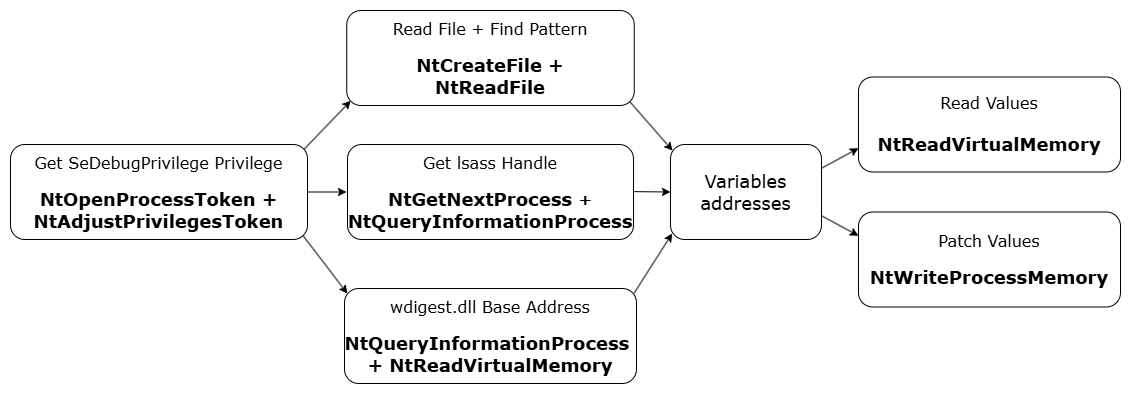
Earlier version of the draw.io export images/nativebypasscredguard/esquema.png (ricardojoserf/ricardojoserf.github.io). Source tidied: cells renumbered, new cells last; positions are measured from the earlier drawing's top-left corner, leaving out a move shared by most shapes. The source it was exported from:
```xml
<mxGraphModel>
  <root>
    <mxCell id="0" />
    <mxCell id="1" parent="0" />
    <mxCell id="2" value="&lt;div&gt;&lt;font face=&quot;Verdana&quot; style=&quot;font-size: 16px;&quot;&gt;Get SeDebugPrivilege Privilege&lt;/font&gt;&lt;/div&gt;&lt;div&gt;&lt;font face=&quot;Verdana&quot; style=&quot;font-size: 14px;&quot;&gt;&lt;br&gt;&lt;/font&gt;&lt;/div&gt;&lt;div&gt;&lt;span style=&quot;background-color: initial;&quot;&gt;&lt;b style=&quot;&quot;&gt;&lt;font face=&quot;Verdana&quot; style=&quot;font-size: 18px;&quot;&gt;NtOpenProcessToken +&lt;/font&gt;&lt;/b&gt;&lt;/span&gt;&lt;/div&gt;&lt;div&gt;&lt;span style=&quot;background-color: initial;&quot;&gt;&lt;b style=&quot;&quot;&gt;&lt;font face=&quot;Verdana&quot; style=&quot;font-size: 18px;&quot;&gt;NtAdjustPrivilegesToken&lt;/font&gt;&lt;/b&gt;&lt;/span&gt;&lt;/div&gt;" style="rounded=1;whiteSpace=wrap;html=1;" parent="1" vertex="1">
      <mxGeometry y="134" width="297" height="95" as="geometry" />
    </mxCell>
    <mxCell id="3" value="&lt;div&gt;&lt;font face=&quot;Verdana&quot; style=&quot;font-size: 16px;&quot;&gt;Get lsass Handle&lt;/font&gt;&lt;/div&gt;&lt;div&gt;&lt;font face=&quot;Verdana&quot; style=&quot;font-size: 14px;&quot;&gt;&lt;br&gt;&lt;/font&gt;&lt;/div&gt;&lt;div&gt;&lt;span style=&quot;background-color: initial;&quot;&gt;&lt;font face=&quot;Verdana&quot; style=&quot;font-size: 18px;&quot;&gt;&lt;b style=&quot;&quot;&gt;NtGetNextProcess&amp;nbsp;&lt;/b&gt;&lt;/font&gt;&lt;/span&gt;&lt;b style=&quot;font-family: Verdana; background-color: initial;&quot;&gt;&lt;span style=&quot;font-size: 16px;&quot;&gt;+ &lt;/span&gt;&lt;font style=&quot;font-size: 18px;&quot;&gt;NtQueryInformationProcess&lt;/font&gt;&lt;/b&gt;&lt;/div&gt;" style="rounded=1;whiteSpace=wrap;html=1;" parent="1" vertex="1">
      <mxGeometry x="337" y="134" width="286" height="95" as="geometry" />
    </mxCell>
    <mxCell id="4" value="&lt;div&gt;&lt;font face=&quot;Verdana&quot; style=&quot;font-size: 16px;&quot;&gt;Read File + Find Pattern&lt;/font&gt;&lt;/div&gt;&lt;div&gt;&lt;font face=&quot;Verdana&quot; style=&quot;font-size: 14px;&quot;&gt;&lt;br&gt;&lt;/font&gt;&lt;/div&gt;&lt;div&gt;&lt;span style=&quot;background-color: initial;&quot;&gt;&lt;font face=&quot;Verdana&quot; style=&quot;font-size: 18px;&quot;&gt;&lt;b style=&quot;&quot;&gt;NtCreateFile +&lt;/b&gt;&lt;/font&gt;&lt;/span&gt;&lt;/div&gt;&lt;div&gt;&lt;b style=&quot;background-color: initial;&quot;&gt;&lt;font face=&quot;Verdana&quot; style=&quot;font-size: 18px;&quot;&gt;&lt;span style=&quot;background-color: initial;&quot;&gt;NtReadFile&lt;/span&gt;&lt;/font&gt;&lt;/b&gt;&lt;/div&gt;" style="rounded=1;whiteSpace=wrap;html=1;" parent="1" vertex="1">
      <mxGeometry x="336.2" width="287.5" height="95" as="geometry" />
    </mxCell>
    <mxCell id="5" value="&lt;div&gt;&lt;font face=&quot;Verdana&quot; style=&quot;font-size: 16px;&quot;&gt;wdigest.dll Base Address&lt;/font&gt;&lt;/div&gt;&lt;div&gt;&lt;font face=&quot;Verdana&quot; style=&quot;font-size: 14px;&quot;&gt;&lt;br&gt;&lt;/font&gt;&lt;/div&gt;&lt;div&gt;&lt;span style=&quot;background-color: initial;&quot;&gt;&lt;b style=&quot;&quot;&gt;&lt;font style=&quot;font-size: 18px;&quot; face=&quot;Verdana&quot;&gt;NtQueryInformationProcess&amp;nbsp;&lt;/font&gt;&lt;/b&gt;&lt;/span&gt;&lt;/div&gt;&lt;div&gt;&lt;span style=&quot;background-color: initial;&quot;&gt;&lt;font face=&quot;Verdana&quot; style=&quot;font-size: 18px;&quot;&gt;&lt;b style=&quot;&quot;&gt;+ NtReadVirtualMemory&lt;/b&gt;&lt;/font&gt;&lt;/span&gt;&lt;/div&gt;" style="rounded=1;whiteSpace=wrap;html=1;" parent="1" vertex="1">
      <mxGeometry x="334" y="278" width="292" height="95" as="geometry" />
    </mxCell>
    <mxCell id="6" value="&lt;div&gt;&lt;font face=&quot;Verdana&quot; style=&quot;font-size: 16px;&quot;&gt;Read Values&lt;/font&gt;&lt;/div&gt;&lt;div&gt;&lt;font face=&quot;Verdana&quot; style=&quot;font-size: 18px;&quot;&gt;&lt;br&gt;&lt;/font&gt;&lt;/div&gt;&lt;div&gt;&lt;span style=&quot;background-color: initial;&quot;&gt;&lt;font face=&quot;Verdana&quot; style=&quot;font-size: 18px;&quot;&gt;&lt;b style=&quot;&quot;&gt;NtReadVirtualMemory&lt;/b&gt;&lt;/font&gt;&lt;/span&gt;&lt;/div&gt;" style="rounded=1;whiteSpace=wrap;html=1;" parent="1" vertex="1">
      <mxGeometry x="848" y="66.5" width="262" height="95" as="geometry" />
    </mxCell>
    <mxCell id="7" value="&lt;div&gt;&lt;font face=&quot;Verdana&quot; style=&quot;font-size: 16px;&quot;&gt;Patch Values&lt;/font&gt;&lt;/div&gt;&lt;div&gt;&lt;font face=&quot;Verdana&quot; style=&quot;font-size: 14px;&quot;&gt;&lt;br&gt;&lt;/font&gt;&lt;/div&gt;&lt;div&gt;&lt;span style=&quot;background-color: initial;&quot;&gt;&lt;font face=&quot;Verdana&quot; style=&quot;font-size: 18px;&quot;&gt;&lt;b style=&quot;&quot;&gt;NtWriteProcessMemory&lt;/b&gt;&lt;/font&gt;&lt;/span&gt;&lt;/div&gt;" style="rounded=1;whiteSpace=wrap;html=1;" parent="1" vertex="1">
      <mxGeometry x="848" y="201.5" width="262" height="95" as="geometry" />
    </mxCell>
    <mxCell id="8" value="&lt;div&gt;&lt;font face=&quot;Verdana&quot; style=&quot;font-size: 18px;&quot;&gt;Variables&lt;/font&gt;&lt;/div&gt;&lt;div&gt;&lt;font face=&quot;Verdana&quot; style=&quot;font-size: 18px;&quot;&gt;addresses&lt;/font&gt;&lt;/div&gt;" style="rounded=1;whiteSpace=wrap;html=1;" parent="1" vertex="1">
      <mxGeometry x="660" y="134" width="151" height="95" as="geometry" />
    </mxCell>
    <mxCell id="9" style="endArrow=classic;html=1;rounded=0;exitX=1;exitY=0.5;exitDx=0;exitDy=0;entryX=0;entryY=0.5;entryDx=0;entryDy=0;" parent="1" edge="1" source="2">
      <mxGeometry relative="1" as="geometry">
        <mxPoint x="336" y="181.5" as="targetPoint" />
      </mxGeometry>
    </mxCell>
    <mxCell id="10" style="endArrow=classic;html=1;rounded=0;exitX=1;exitY=0.5;exitDx=0;exitDy=0;entryX=0;entryY=0.5;entryDx=0;entryDy=0;" parent="1" edge="1" target="8">
      <mxGeometry relative="1" as="geometry">
        <mxPoint x="623" y="181.1" as="sourcePoint" />
      </mxGeometry>
    </mxCell>
    <mxCell id="11" style="endArrow=classic;html=1;rounded=0;exitX=0.985;exitY=0.961;exitDx=0;exitDy=0;entryX=0.014;entryY=0.065;entryDx=0;entryDy=0;entryPerimeter=0;exitPerimeter=0;" parent="1" edge="1" source="4" target="8">
      <mxGeometry relative="1" as="geometry" />
    </mxCell>
    <mxCell id="12" style="endArrow=classic;html=1;rounded=0;exitX=0.992;exitY=0.049;exitDx=0;exitDy=0;exitPerimeter=0;entryX=0.011;entryY=0.937;entryDx=0;entryDy=0;entryPerimeter=0;" parent="1" edge="1" source="5" target="8">
      <mxGeometry relative="1" as="geometry" />
    </mxCell>
    <mxCell id="13" style="endArrow=classic;html=1;rounded=0;exitX=1;exitY=0.75;exitDx=0;exitDy=0;entryX=0;entryY=0.25;entryDx=0;entryDy=0;" parent="1" edge="1" source="8" target="7">
      <mxGeometry relative="1" as="geometry" />
    </mxCell>
    <mxCell id="14" style="endArrow=classic;html=1;rounded=0;exitX=1;exitY=0.25;exitDx=0;exitDy=0;entryX=0;entryY=0.75;entryDx=0;entryDy=0;" parent="1" edge="1" source="8" target="6">
      <mxGeometry relative="1" as="geometry" />
    </mxCell>
    <mxCell id="15" style="endArrow=classic;html=1;rounded=0;exitX=0.989;exitY=0.049;exitDx=0;exitDy=0;exitPerimeter=0;entryX=0.014;entryY=0.95;entryDx=0;entryDy=0;entryPerimeter=0;" parent="1" edge="1" source="2" target="4">
      <mxGeometry relative="1" as="geometry" />
    </mxCell>
    <mxCell id="16" style="endArrow=classic;html=1;rounded=0;exitX=0.985;exitY=0.959;exitDx=0;exitDy=0;exitPerimeter=0;entryX=0.01;entryY=0.054;entryDx=0;entryDy=0;entryPerimeter=0;" parent="1" edge="1" source="2" target="5">
      <mxGeometry relative="1" as="geometry" />
    </mxCell>
  </root>
</mxGraphModel>
```
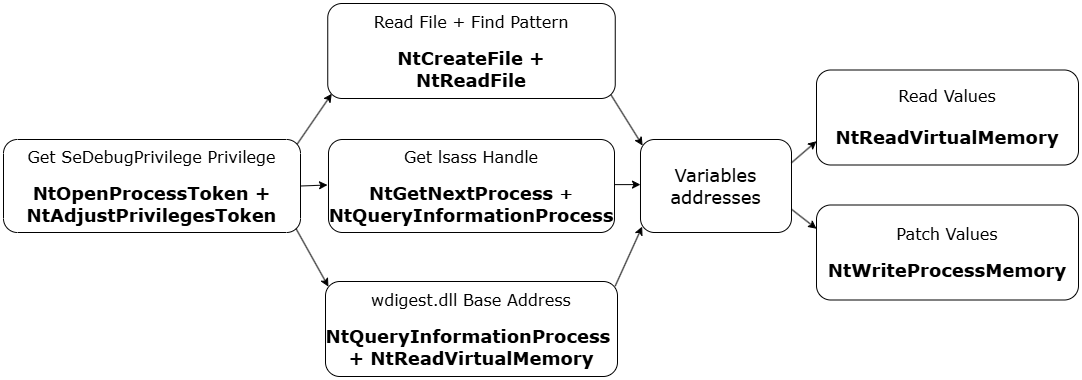
After the change.

Change to the diagram source:
```diff
@@ -3,10 +3,10 @@
     <mxCell id="0" />
     <mxCell id="1" parent="0" />
     <mxCell id="2" value="&lt;div&gt;&lt;font face=&quot;Verdana&quot; style=&quot;font-size: 16px;&quot;&gt;Get SeDebugPrivilege Privilege&lt;/font&gt;&lt;/div&gt;&lt;div&gt;&lt;font face=&quot;Verdana&quot; style=&quot;font-size: 14px;&quot;&gt;&lt;br&gt;&lt;/font&gt;&lt;/div&gt;&lt;div&gt;&lt;span style=&quot;background-color: initial;&quot;&gt;&lt;b style=&quot;&quot;&gt;&lt;font face=&quot;Verdana&quot; style=&quot;font-size: 18px;&quot;&gt;NtOpenProcessToken +&lt;/font&gt;&lt;/b&gt;&lt;/span&gt;&lt;/div&gt;&lt;div&gt;&lt;span style=&quot;background-color: initial;&quot;&gt;&lt;b style=&quot;&quot;&gt;&lt;font face=&quot;Verdana&quot; style=&quot;font-size: 18px;&quot;&gt;NtAdjustPrivilegesToken&lt;/font&gt;&lt;/b&gt;&lt;/span&gt;&lt;/div&gt;" style="rounded=1;whiteSpace=wrap;html=1;" parent="1" vertex="1">
-      <mxGeometry y="134" width="297" height="95" as="geometry" />
+      <mxGeometry x="12" y="136" width="297" height="93" as="geometry" />
     </mxCell>
     <mxCell id="3" value="&lt;div&gt;&lt;font face=&quot;Verdana&quot; style=&quot;font-size: 16px;&quot;&gt;Get lsass Handle&lt;/font&gt;&lt;/div&gt;&lt;div&gt;&lt;font face=&quot;Verdana&quot; style=&quot;font-size: 14px;&quot;&gt;&lt;br&gt;&lt;/font&gt;&lt;/div&gt;&lt;div&gt;&lt;span style=&quot;background-color: initial;&quot;&gt;&lt;font face=&quot;Verdana&quot; style=&quot;font-size: 18px;&quot;&gt;&lt;b style=&quot;&quot;&gt;NtGetNextProcess&amp;nbsp;&lt;/b&gt;&lt;/font&gt;&lt;/span&gt;&lt;b style=&quot;font-family: Verdana; background-color: initial;&quot;&gt;&lt;span style=&quot;font-size: 16px;&quot;&gt;+ &lt;/span&gt;&lt;font style=&quot;font-size: 18px;&quot;&gt;NtQueryInformationProcess&lt;/font&gt;&lt;/b&gt;&lt;/div&gt;" style="rounded=1;whiteSpace=wrap;html=1;" parent="1" vertex="1">
-      <mxGeometry x="337" y="134" width="286" height="95" as="geometry" />
+      <mxGeometry x="337" y="136" width="286" height="93" as="geometry" />
     </mxCell>
     <mxCell id="4" value="&lt;div&gt;&lt;font face=&quot;Verdana&quot; style=&quot;font-size: 16px;&quot;&gt;Read File + Find Pattern&lt;/font&gt;&lt;/div&gt;&lt;div&gt;&lt;font face=&quot;Verdana&quot; style=&quot;font-size: 14px;&quot;&gt;&lt;br&gt;&lt;/font&gt;&lt;/div&gt;&lt;div&gt;&lt;span style=&quot;background-color: initial;&quot;&gt;&lt;font face=&quot;Verdana&quot; style=&quot;font-size: 18px;&quot;&gt;&lt;b style=&quot;&quot;&gt;NtCreateFile +&lt;/b&gt;&lt;/font&gt;&lt;/span&gt;&lt;/div&gt;&lt;div&gt;&lt;b style=&quot;background-color: initial;&quot;&gt;&lt;font face=&quot;Verdana&quot; style=&quot;font-size: 18px;&quot;&gt;&lt;span style=&quot;background-color: initial;&quot;&gt;NtReadFile&lt;/span&gt;&lt;/font&gt;&lt;/b&gt;&lt;/div&gt;" style="rounded=1;whiteSpace=wrap;html=1;" parent="1" vertex="1">
       <mxGeometry x="336.2" width="287.5" height="95" as="geometry" />
@@ -15,20 +15,20 @@
       <mxGeometry x="334" y="278" width="292" height="95" as="geometry" />
     </mxCell>
     <mxCell id="6" value="&lt;div&gt;&lt;font face=&quot;Verdana&quot; style=&quot;font-size: 16px;&quot;&gt;Read Values&lt;/font&gt;&lt;/div&gt;&lt;div&gt;&lt;font face=&quot;Verdana&quot; style=&quot;font-size: 18px;&quot;&gt;&lt;br&gt;&lt;/font&gt;&lt;/div&gt;&lt;div&gt;&lt;span style=&quot;background-color: initial;&quot;&gt;&lt;font face=&quot;Verdana&quot; style=&quot;font-size: 18px;&quot;&gt;&lt;b style=&quot;&quot;&gt;NtReadVirtualMemory&lt;/b&gt;&lt;/font&gt;&lt;/span&gt;&lt;/div&gt;" style="rounded=1;whiteSpace=wrap;html=1;" parent="1" vertex="1">
-      <mxGeometry x="848" y="66.5" width="262" height="95" as="geometry" />
+      <mxGeometry x="825" y="66.5" width="262" height="95" as="geometry" />
     </mxCell>
     <mxCell id="7" value="&lt;div&gt;&lt;font face=&quot;Verdana&quot; style=&quot;font-size: 16px;&quot;&gt;Patch Values&lt;/font&gt;&lt;/div&gt;&lt;div&gt;&lt;font face=&quot;Verdana&quot; style=&quot;font-size: 14px;&quot;&gt;&lt;br&gt;&lt;/font&gt;&lt;/div&gt;&lt;div&gt;&lt;span style=&quot;background-color: initial;&quot;&gt;&lt;font face=&quot;Verdana&quot; style=&quot;font-size: 18px;&quot;&gt;&lt;b style=&quot;&quot;&gt;NtWriteProcessMemory&lt;/b&gt;&lt;/font&gt;&lt;/span&gt;&lt;/div&gt;" style="rounded=1;whiteSpace=wrap;html=1;" parent="1" vertex="1">
-      <mxGeometry x="848" y="201.5" width="262" height="95" as="geometry" />
+      <mxGeometry x="825" y="201.5" width="262" height="95" as="geometry" />
     </mxCell>
     <mxCell id="8" value="&lt;div&gt;&lt;font face=&quot;Verdana&quot; style=&quot;font-size: 18px;&quot;&gt;Variables&lt;/font&gt;&lt;/div&gt;&lt;div&gt;&lt;font face=&quot;Verdana&quot; style=&quot;font-size: 18px;&quot;&gt;addresses&lt;/font&gt;&lt;/div&gt;" style="rounded=1;whiteSpace=wrap;html=1;" parent="1" vertex="1">
-      <mxGeometry x="660" y="134" width="151" height="95" as="geometry" />
+      <mxGeometry x="649" y="136" width="151" height="93" as="geometry" />
     </mxCell>
     <mxCell id="9" style="endArrow=classic;html=1;rounded=0;exitX=1;exitY=0.5;exitDx=0;exitDy=0;entryX=0;entryY=0.5;entryDx=0;entryDy=0;" parent="1" edge="1" source="2">
       <mxGeometry relative="1" as="geometry">
         <mxPoint x="336" y="181.5" as="targetPoint" />
       </mxGeometry>
     </mxCell>
-    <mxCell id="10" style="endArrow=classic;html=1;rounded=0;exitX=1;exitY=0.5;exitDx=0;exitDy=0;entryX=0;entryY=0.5;entryDx=0;entryDy=0;" parent="1" edge="1" target="8">
+    <mxCell id="10" style="endArrow=classic;html=1;rounded=0;exitX=1;exitY=0.5;exitDx=0;exitDy=0;entryX=0;entryY=0.485;entryDx=0;entryDy=0;entryPerimeter=0;" parent="1" edge="1" target="8">
       <mxGeometry relative="1" as="geometry">
         <mxPoint x="623" y="181.1" as="sourcePoint" />
       </mxGeometry>
```
